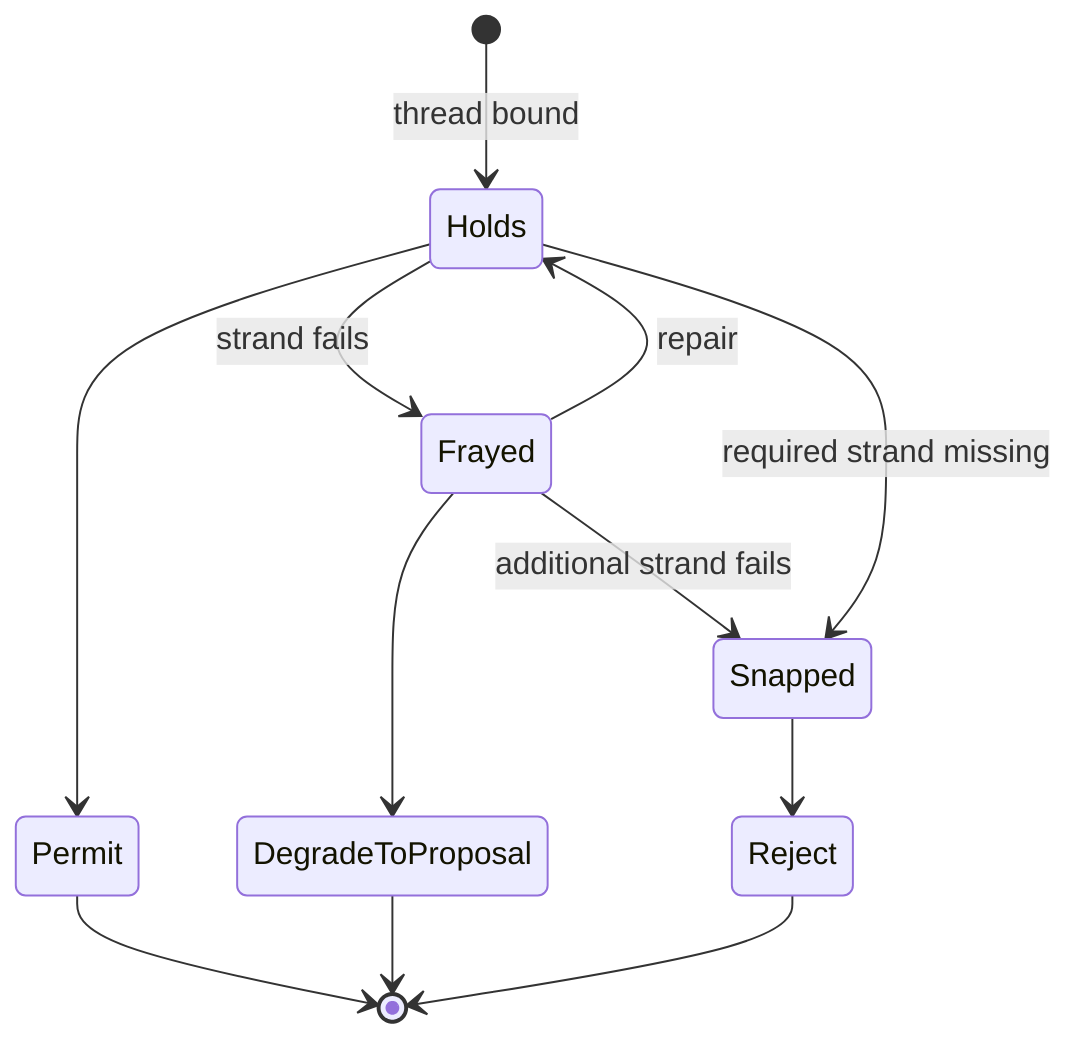
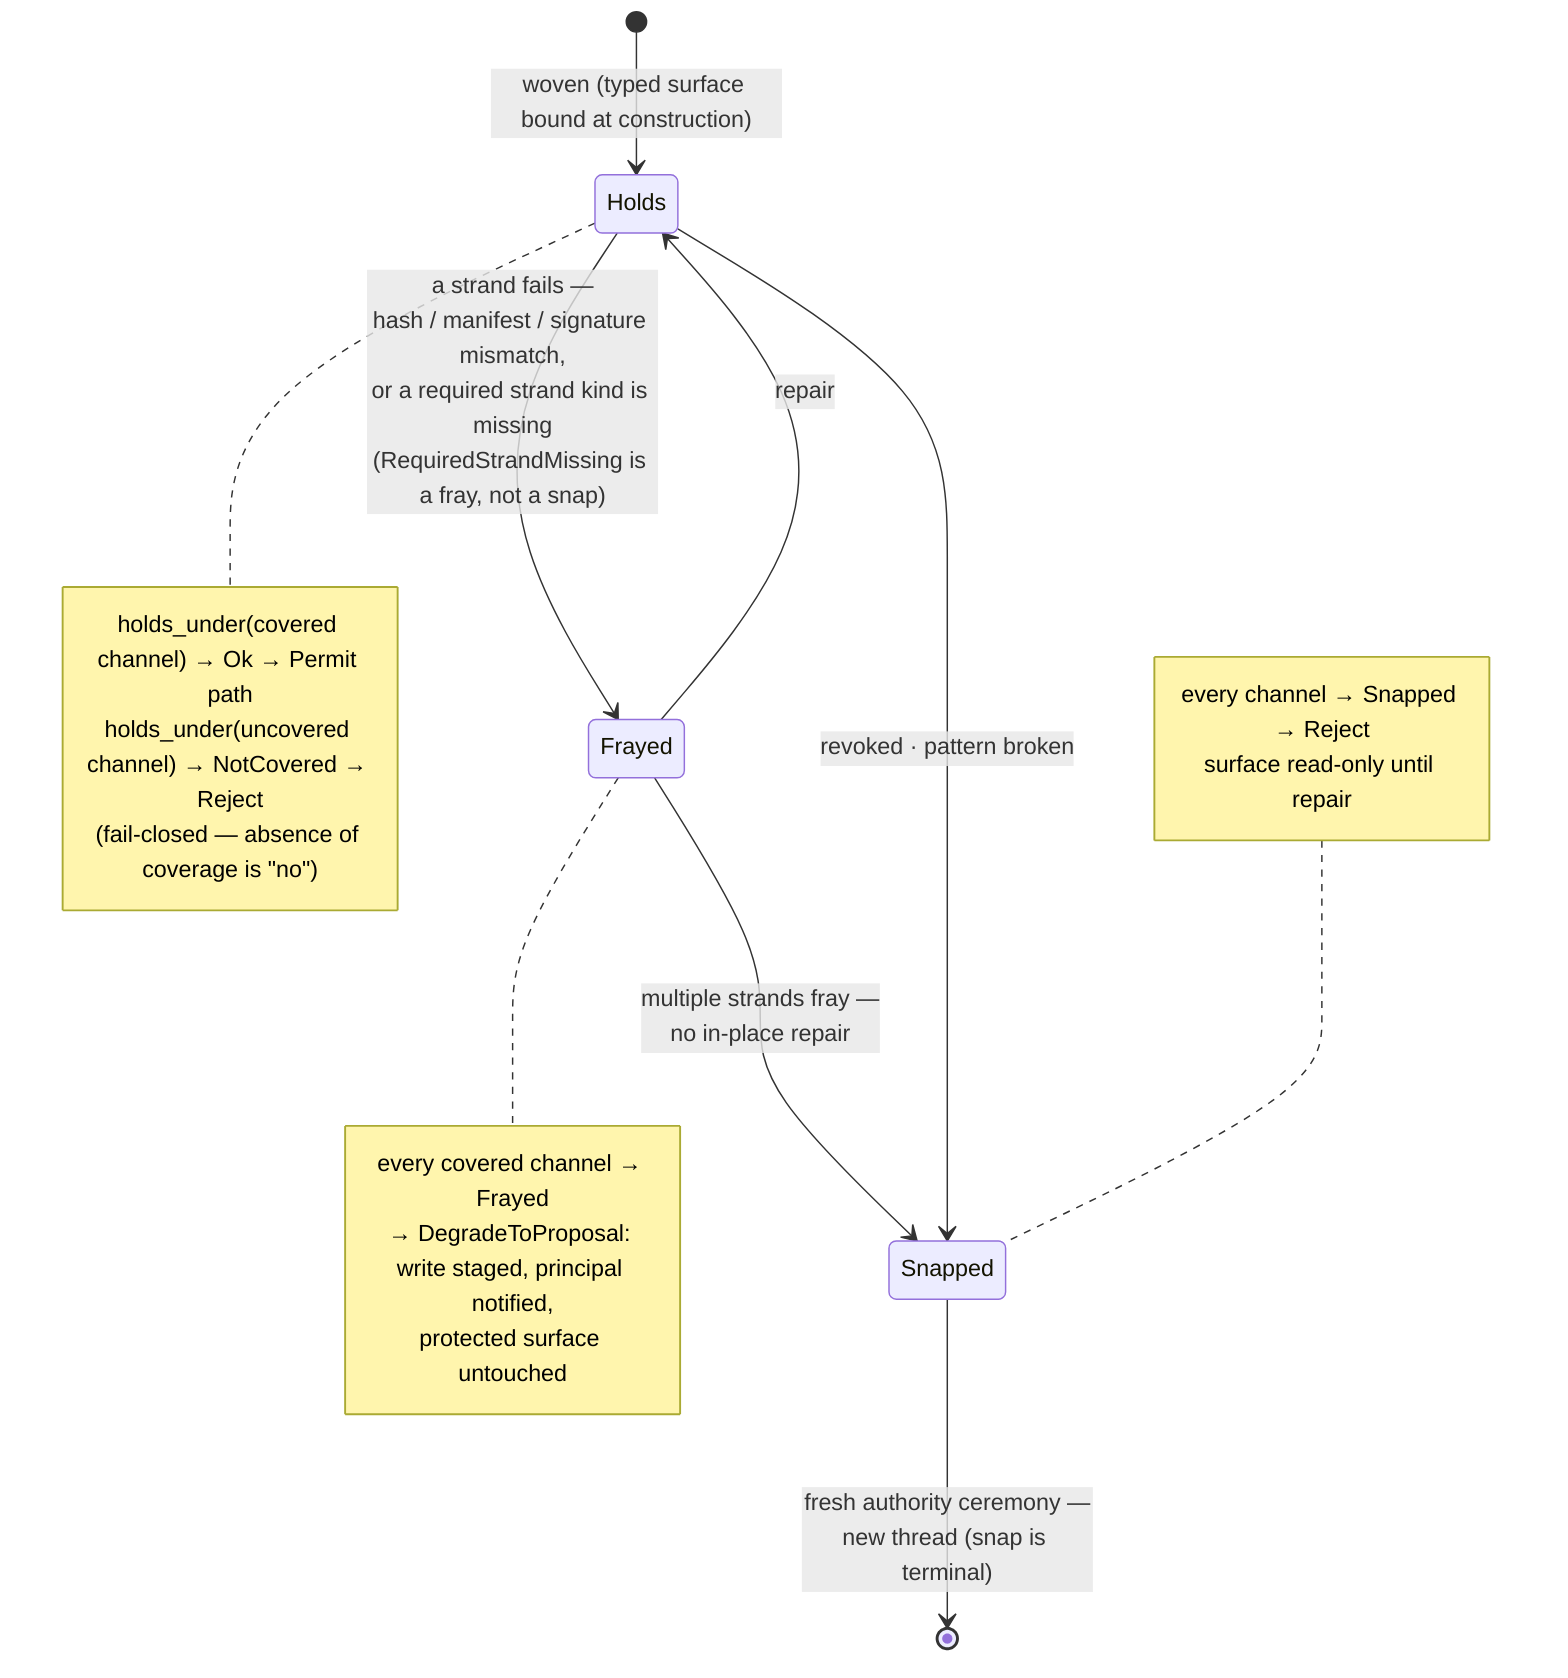
+ %% thread-tension-state — the tension state machine of a Thread, with the
+ %% holds_under(channel) answers each state produces.
+ %% Source of truth: crates/coven-threads-core/src/thread.rs (TensionState,
+ %% Thread::holds_under, fray, snap), src/fray.rs (FrayOrSnap, reasons),
+ %% PHASE-0-DESIGN.md §2.3 and §5.
+ %% Form: stateDiagram-v2 (a state machine is a state machine); verdicts are
+ %% answers, not states — they ride as notes.
stateDiagram-v2
  direction TB
-   [*] --> Holds: thread bound
-   Holds --> Frayed: strand fails
+   [*] --> Holds: woven (typed surface bound at construction)
+ 
+   Holds --> Frayed: a strand fails —<br/>hash / manifest / signature mismatch,<br/>or a required strand kind is missing<br/>(RequiredStrandMissing is a fray, not a snap)
  Frayed --> Holds: repair
-   Frayed --> Snapped: additional strand fails
-   Holds --> Snapped: required strand missing
+   Frayed --> Snapped: multiple strands fray —<br/>no in-place repair
+   Holds --> Snapped: revoked · pattern broken
+   Snapped --> [*]: fresh authority ceremony —<br/>new thread (snap is terminal)

-   Holds --> Permit
-   Frayed --> DegradeToProposal
-   Snapped --> Reject
- 
-   Permit --> [*]
-   DegradeToProposal --> [*]
-   Reject --> [*]
+   note right of Holds
+     holds_under(covered channel) → Ok → Permit path
+     holds_under(uncovered channel) → NotCovered → Reject
+     (fail-closed — absence of coverage is "no")
+   end note
+   note right of Frayed
+     every covered channel → Frayed
+     → DegradeToProposal: write staged, principal notified,
+     protected surface untouched
+   end note
+   note left of Snapped
+     every channel → Snapped → Reject
+     surface read-only until repair
+   end note
